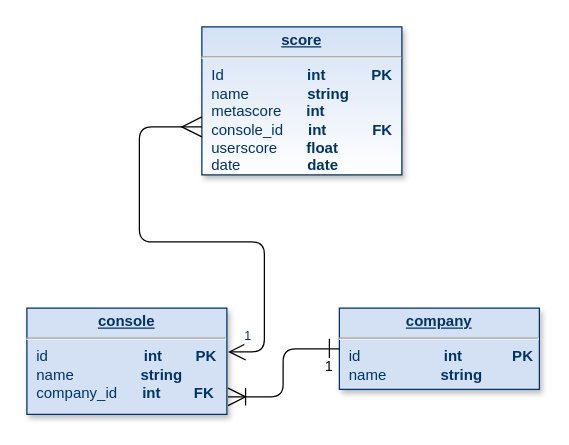
Before: DataModel/Untitled Diagram.drawio in 7romp4/de-challenge, a draw.io diagram. Source tidied: cells renumbered, new cells numbered last; positions are measured from the earlier drawing's top-left corner, leaving out a move shared by most shapes. Both pictures are drawn from the tidied source at 125%, with x=0, y=0 at pixel (26, 26).
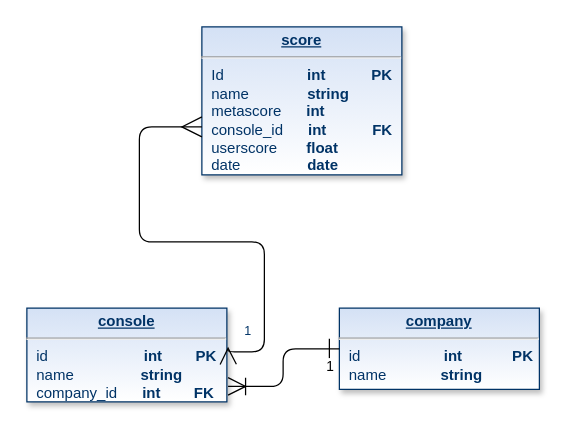
The same diagram, later.

What changed in the source:
```diff
@@
 <mxGraphModel background="#ffffff">
   <root>
     <mxCell id="0" />
     <mxCell id="1" parent="0" />
-    <mxCell id="2" value="&lt;p style=&quot;margin: 0px ; margin-top: 4px ; text-align: center ; text-decoration: underline&quot;&gt;&lt;strong&gt;company&lt;/strong&gt;&lt;/p&gt;&lt;hr&gt;&lt;p style=&quot;margin: 0px ; margin-left: 8px&quot;&gt;id&amp;nbsp; &amp;nbsp; &amp;nbsp; &amp;nbsp; &amp;nbsp; &amp;nbsp; &amp;nbsp; &amp;nbsp; &amp;nbsp; &amp;nbsp;&amp;nbsp;&lt;b&gt;int&amp;nbsp; &amp;nbsp; &amp;nbsp; &amp;nbsp; &amp;nbsp; &amp;nbsp; PK&lt;/b&gt;&lt;/p&gt;&lt;p style=&quot;margin: 0px ; margin-left: 8px&quot;&gt;name&amp;nbsp; &amp;nbsp; &amp;nbsp; &amp;nbsp; &amp;nbsp; &amp;nbsp; &amp;nbsp;&lt;b&gt;string&lt;/b&gt;&lt;/p&gt;" style="verticalAlign=top;align=left;overflow=fill;fontSize=12;fontFamily=Helvetica;html=1;strokeColor=#003366;shadow=1;fillColor=#D4E1F5;fontColor=#003366;" parent="1" vertex="1">
+    <mxCell id="2" value="&lt;p style=&quot;margin: 0px ; margin-top: 4px ; text-align: center ; text-decoration: underline&quot;&gt;&lt;strong&gt;company&lt;/strong&gt;&lt;/p&gt;&lt;hr&gt;&lt;p style=&quot;margin: 0px ; margin-left: 8px&quot;&gt;id&amp;nbsp; &amp;nbsp; &amp;nbsp; &amp;nbsp; &amp;nbsp; &amp;nbsp; &amp;nbsp; &amp;nbsp; &amp;nbsp; &amp;nbsp;&amp;nbsp;&lt;b&gt;int&amp;nbsp; &amp;nbsp; &amp;nbsp; &amp;nbsp; &amp;nbsp; &amp;nbsp; PK&lt;/b&gt;&lt;/p&gt;&lt;p style=&quot;margin: 0px ; margin-left: 8px&quot;&gt;name&amp;nbsp; &amp;nbsp; &amp;nbsp; &amp;nbsp; &amp;nbsp; &amp;nbsp; &amp;nbsp;&lt;b&gt;string&lt;/b&gt;&lt;/p&gt;" style="verticalAlign=top;align=left;overflow=fill;fontSize=12;fontFamily=Helvetica;html=1;strokeColor=#003366;shadow=1;fillColor=#D4E1F5;fontColor=#003366;gradientColor=#ffffff;" parent="1" vertex="1">
       <mxGeometry x="250" y="225" width="160" height="65" as="geometry" />
     </mxCell>
-    <mxCell id="3" value="&lt;p style=&quot;margin: 0px ; margin-top: 4px ; text-align: center ; text-decoration: underline&quot;&gt;&lt;strong&gt;console&lt;/strong&gt;&lt;/p&gt;&lt;hr&gt;&lt;p style=&quot;margin: 0px ; margin-left: 8px&quot;&gt;id&amp;nbsp; &amp;nbsp; &amp;nbsp; &amp;nbsp; &amp;nbsp; &amp;nbsp; &amp;nbsp; &amp;nbsp; &amp;nbsp; &amp;nbsp; &amp;nbsp; &amp;nbsp;&lt;b&gt;int&amp;nbsp; &amp;nbsp; &amp;nbsp; &amp;nbsp; PK&lt;/b&gt;&amp;nbsp; &amp;nbsp; &amp;nbsp; &amp;nbsp; &amp;nbsp; &amp;nbsp; &amp;nbsp; &amp;nbsp; &amp;nbsp; &amp;nbsp; &amp;nbsp; &amp;nbsp; &amp;nbsp; &amp;nbsp;&amp;nbsp;&lt;/p&gt;&lt;p style=&quot;margin: 0px ; margin-left: 8px&quot;&gt;name&amp;nbsp; &amp;nbsp; &amp;nbsp; &amp;nbsp; &amp;nbsp; &amp;nbsp; &amp;nbsp; &amp;nbsp; &lt;b&gt;string&lt;/b&gt;&lt;/p&gt;&lt;p style=&quot;margin: 0px ; margin-left: 8px&quot;&gt;company_id&amp;nbsp; &amp;nbsp; &amp;nbsp; &lt;b&gt;int&amp;nbsp; &amp;nbsp; &amp;nbsp; &amp;nbsp; FK&lt;/b&gt;&lt;/p&gt;&lt;p style=&quot;margin: 0px ; margin-left: 8px&quot;&gt;&lt;br&gt;&lt;/p&gt;" style="verticalAlign=top;align=left;overflow=fill;fontSize=12;fontFamily=Helvetica;html=1;strokeColor=#003366;shadow=1;fillColor=#D4E1F5;fontColor=#003366;" parent="1" vertex="1">
-      <mxGeometry y="225" width="160" height="85" as="geometry" />
+    <mxCell id="3" value="&lt;p style=&quot;margin: 0px ; margin-top: 4px ; text-align: center ; text-decoration: underline&quot;&gt;&lt;strong&gt;console&lt;/strong&gt;&lt;/p&gt;&lt;hr&gt;&lt;p style=&quot;margin: 0px ; margin-left: 8px&quot;&gt;id&amp;nbsp; &amp;nbsp; &amp;nbsp; &amp;nbsp; &amp;nbsp; &amp;nbsp; &amp;nbsp; &amp;nbsp; &amp;nbsp; &amp;nbsp; &amp;nbsp; &amp;nbsp;&lt;b&gt;int&amp;nbsp; &amp;nbsp; &amp;nbsp; &amp;nbsp; PK&lt;/b&gt;&amp;nbsp; &amp;nbsp; &amp;nbsp; &amp;nbsp; &amp;nbsp; &amp;nbsp; &amp;nbsp; &amp;nbsp; &amp;nbsp; &amp;nbsp; &amp;nbsp; &amp;nbsp; &amp;nbsp; &amp;nbsp;&amp;nbsp;&lt;/p&gt;&lt;p style=&quot;margin: 0px ; margin-left: 8px&quot;&gt;name&amp;nbsp; &amp;nbsp; &amp;nbsp; &amp;nbsp; &amp;nbsp; &amp;nbsp; &amp;nbsp; &amp;nbsp; &lt;b&gt;string&lt;/b&gt;&lt;/p&gt;&lt;p style=&quot;margin: 0px ; margin-left: 8px&quot;&gt;company_id&amp;nbsp; &amp;nbsp; &amp;nbsp; &lt;b&gt;int&amp;nbsp; &amp;nbsp; &amp;nbsp; &amp;nbsp; FK&lt;/b&gt;&lt;/p&gt;&lt;p style=&quot;margin: 0px ; margin-left: 8px&quot;&gt;&lt;br&gt;&lt;/p&gt;" style="verticalAlign=top;align=left;overflow=fill;fontSize=12;fontFamily=Helvetica;html=1;strokeColor=#003366;shadow=1;fillColor=#D4E1F5;fontColor=#003366;gradientColor=#ffffff;" parent="1" vertex="1">
+      <mxGeometry y="225" width="160" height="75" as="geometry" />
     </mxCell>
     <mxCell id="4" value="&lt;p style=&quot;margin: 0px ; margin-top: 4px ; text-align: center ; text-decoration: underline&quot;&gt;&lt;strong&gt;score&lt;/strong&gt;&lt;/p&gt;&lt;hr&gt;&lt;p style=&quot;margin: 0px ; margin-left: 8px&quot;&gt;Id&amp;nbsp; &amp;nbsp; &amp;nbsp; &amp;nbsp; &amp;nbsp; &amp;nbsp; &amp;nbsp; &amp;nbsp; &amp;nbsp; &amp;nbsp;&amp;nbsp;&lt;b&gt;int&amp;nbsp; &amp;nbsp; &amp;nbsp; &amp;nbsp; &amp;nbsp; &amp;nbsp;PK&lt;/b&gt;&lt;/p&gt;&lt;p style=&quot;margin: 0px ; margin-left: 8px&quot;&gt;&lt;span&gt;name&amp;nbsp; &amp;nbsp; &amp;nbsp; &amp;nbsp; &amp;nbsp; &amp;nbsp; &amp;nbsp;&amp;nbsp;&lt;b&gt;s&lt;/b&gt;&lt;/span&gt;&lt;b&gt;tring&lt;/b&gt;&lt;/p&gt;&lt;p style=&quot;margin: 0px ; margin-left: 8px&quot;&gt;metascore&amp;nbsp; &amp;nbsp; &amp;nbsp;&amp;nbsp;&lt;b&gt;int&lt;/b&gt;&lt;/p&gt;&lt;p style=&quot;margin: 0px ; margin-left: 8px&quot;&gt;console_id&amp;nbsp; &amp;nbsp; &amp;nbsp;&amp;nbsp;&lt;b&gt;int&amp;nbsp; &amp;nbsp; &amp;nbsp; &amp;nbsp; &amp;nbsp; &amp;nbsp;FK&lt;/b&gt;&lt;/p&gt;&lt;p style=&quot;margin: 0px ; margin-left: 8px&quot;&gt;userscore&amp;nbsp; &amp;nbsp; &amp;nbsp; &amp;nbsp;&lt;b&gt;float&lt;/b&gt;&lt;/p&gt;&lt;p style=&quot;margin: 0px ; margin-left: 8px&quot;&gt;date&amp;nbsp; &amp;nbsp; &amp;nbsp; &amp;nbsp; &amp;nbsp; &amp;nbsp; &amp;nbsp; &amp;nbsp;&amp;nbsp;&lt;b&gt;date&lt;/b&gt;&lt;/p&gt;" style="verticalAlign=top;align=left;overflow=fill;fontSize=12;fontFamily=Helvetica;html=1;strokeColor=#003366;shadow=1;fillColor=#D4E1F5;fontColor=#003366;gradientColor=#ffffff;" parent="1" vertex="1">
       <mxGeometry x="140" width="160" height="118.4" as="geometry" />
     </mxCell>
     <mxCell id="5" style="endArrow=open;endSize=12;startArrow=ERmany;startSize=14;startFill=0;edgeStyle=orthogonalEdgeStyle;entryX=1.006;entryY=0.412;entryDx=0;entryDy=0;entryPerimeter=0;" parent="1" edge="1" target="3">
       <mxGeometry x="760" y="350" as="geometry">
         <mxPoint x="140" y="80" as="sourcePoint" />
         <Array as="points">
           <mxPoint x="140" y="80" />
           <mxPoint x="90" y="80" />
           <mxPoint x="90" y="172" />
           <mxPoint x="190" y="172" />
           <mxPoint x="190" y="260" />
         </Array>
       </mxGeometry>
     </mxCell>
     <mxCell id="6" value="1" style="align=right;verticalAlign=top;labelBackgroundColor=#ffffff;fontSize=10;strokeColor=#003366;shadow=1;fillColor=#D4E1F5;fontColor=#003366;" parent="5" vertex="1">
       <mxGeometry x="1" relative="1" as="geometry">
         <mxPoint x="20" y="-25" as="offset" />
       </mxGeometry>
     </mxCell>
     <mxCell id="7" value="1" style="endArrow=ERoneToMany;endSize=12;startArrow=ERone;startSize=14;startFill=0;edgeStyle=orthogonalEdgeStyle;align=left;verticalAlign=bottom;endFill=0;exitX=0;exitY=0.5;exitDx=0;exitDy=0;entryX=1.006;entryY=0.835;entryDx=0;entryDy=0;entryPerimeter=0;" parent="1" edge="1" source="2" target="3">
       <mxGeometry x="-0.8" y="23" relative="1" as="geometry" />
     </mxCell>
   </root>
 </mxGraphModel>
```
